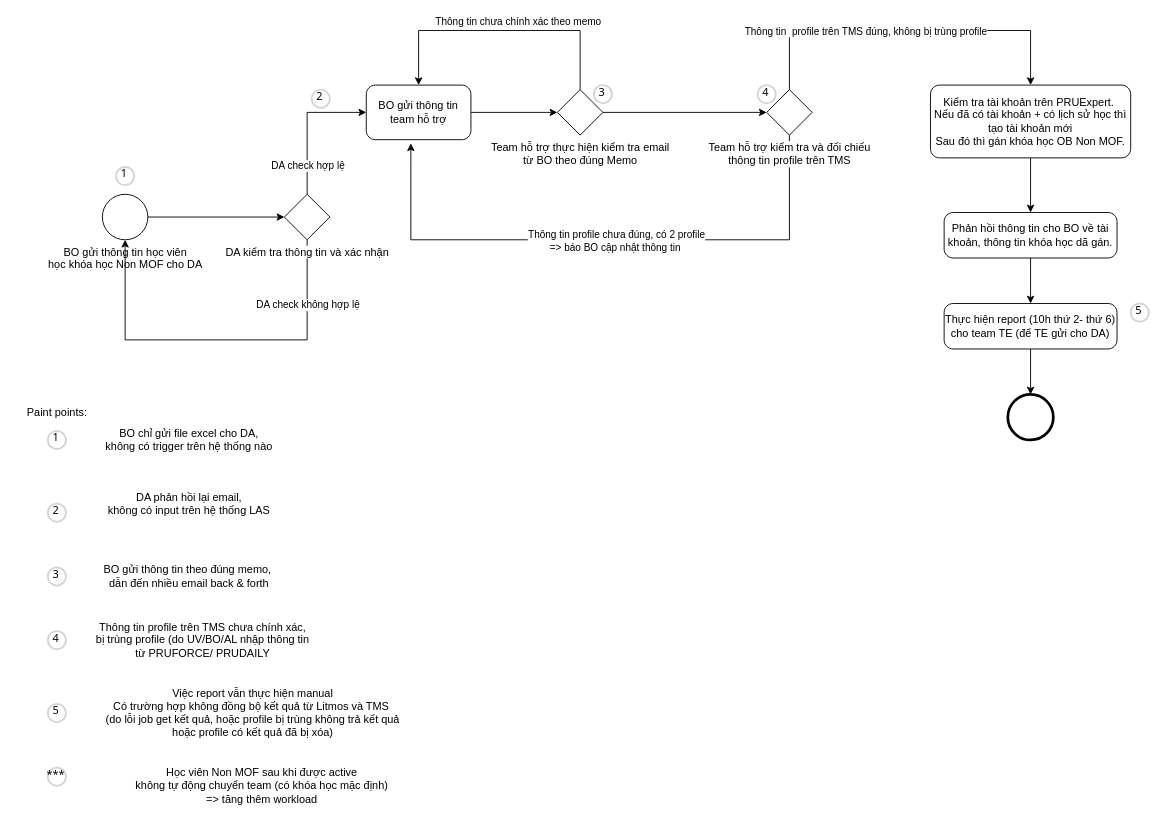
thanhluandhsp/litmos keeps this draw.io diagram as page "NoN MOF" (1 of 3) of Untitled Diagram.drawio. Above is the earlier version. Source tidied: cells renumbered, new cells numbered last; positions are measured from the earlier drawing's top-left corner, leaving out a move shared by most shapes. Both pictures are drawn from the tidied source at 91%, with x=0, y=0 at pixel (15, 30).
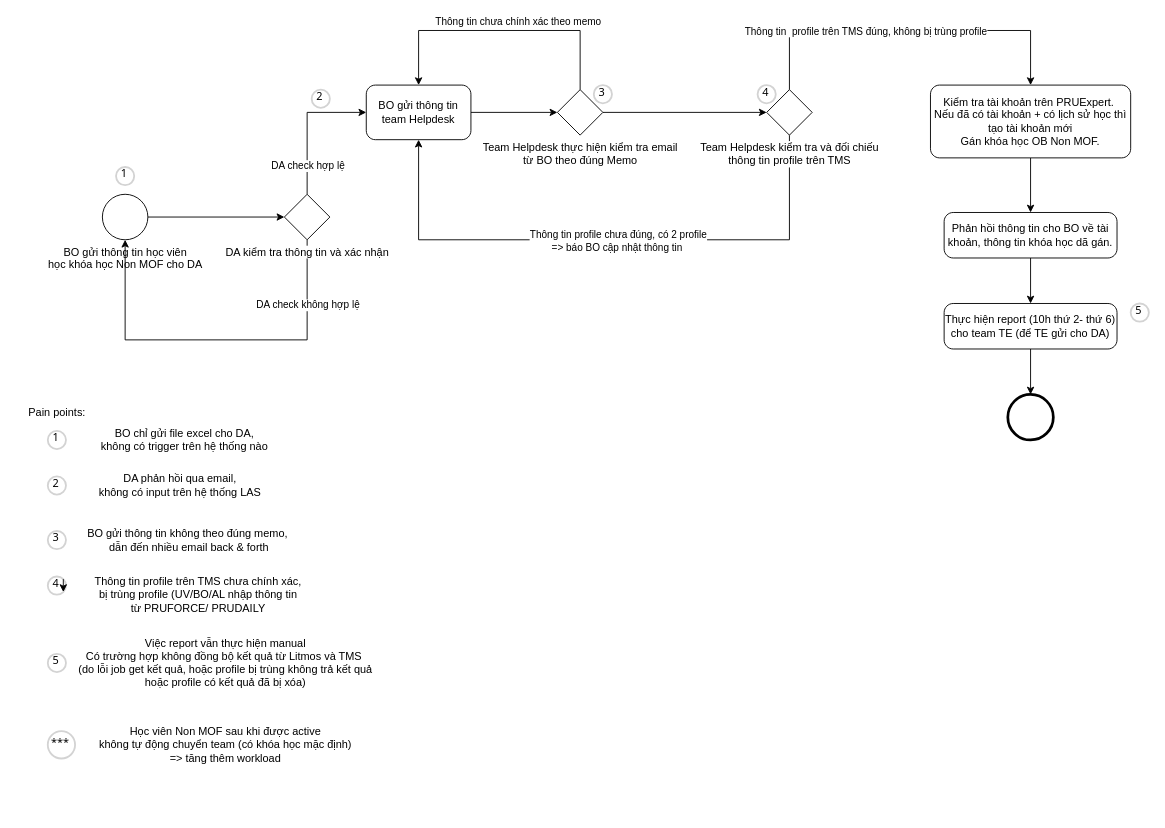
After the change.

The edit, as a diff of the source:
```diff
@@
-    <mxCell id="10" value="BO gửi thông tin team hỗ trợ" style="points=[[0.25,0,0],[0.5,0,0],[0.75,0,0],[1,0.25,0],[1,0.5,0],[1,0.75,0],[0.75,1,0],[0.5,1,0],[0.25,1,0],[0,0.75,0],[0,0.5,0],[0,0.25,0]];shape=mxgraph.bpmn.task;whiteSpace=wrap;rectStyle=rounded;size=10;html=1;taskMarker=abstract;" parent="1" vertex="1">
+    <mxCell id="10" value="BO gửi thông tin team Helpdesk" style="points=[[0.25,0,0],[0.5,0,0],[0.75,0,0],[1,0.25,0],[1,0.5,0],[1,0.75,0],[0.75,1,0],[0.5,1,0],[0.25,1,0],[0,0.75,0],[0,0.5,0],[0,0.25,0]];shape=mxgraph.bpmn.task;whiteSpace=wrap;rectStyle=rounded;size=10;html=1;taskMarker=abstract;" parent="1" vertex="1">
       <mxGeometry x="385" y="60" width="115" height="60" as="geometry" />
     </mxCell>
@@
-    <mxCell id="12" value="Kiểm tra tài khoản trên PRUExpert.&amp;nbsp;&lt;br&gt;Nếu đã có tài khoản + có lịch sử học thì tạo tài khoản mới&lt;br&gt;Sau đó thì gán khóa học OB Non MOF." style="points=[[0.25,0,0],[0.5,0,0],[0.75,0,0],[1,0.25,0],[1,0.5,0],[1,0.75,0],[0.75,1,0],[0.5,1,0],[0.25,1,0],[0,0.75,0],[0,0.5,0],[0,0.25,0]];shape=mxgraph.bpmn.task;whiteSpace=wrap;rectStyle=rounded;size=10;html=1;taskMarker=abstract;" parent="1" vertex="1">
+    <mxCell id="12" value="Kiểm tra tài khoản trên PRUExpert.&amp;nbsp;&lt;br&gt;Nếu đã có tài khoản + có lịch sử học thì tạo tài khoản mới&lt;br&gt;Gán khóa học OB Non MOF." style="points=[[0.25,0,0],[0.5,0,0],[0.75,0,0],[1,0.25,0],[1,0.5,0],[1,0.75,0],[0.75,1,0],[0.5,1,0],[0.25,1,0],[0,0.75,0],[0,0.5,0],[0,0.25,0]];shape=mxgraph.bpmn.task;whiteSpace=wrap;rectStyle=rounded;size=10;html=1;taskMarker=abstract;" parent="1" vertex="1">
       <mxGeometry x="1005" y="60" width="220" height="80" as="geometry" />
     </mxCell>
@@
-    <mxCell id="16" value="Team hỗ trợ thực hiện kiểm tra email &lt;br&gt;từ BO theo đúng Memo" style="points=[[0.25,0.25,0],[0.5,0,0],[0.75,0.25,0],[1,0.5,0],[0.75,0.75,0],[0.5,1,0],[0.25,0.75,0],[0,0.5,0]];shape=mxgraph.bpmn.gateway2;html=1;verticalLabelPosition=bottom;labelBackgroundColor=#ffffff;verticalAlign=top;align=center;perimeter=rhombusPerimeter;outlineConnect=0;outline=none;symbol=none;" parent="1" vertex="1">
+    <mxCell id="16" value="Team Helpdesk thực hiện kiểm tra email &lt;br&gt;từ BO theo đúng Memo" style="points=[[0.25,0.25,0],[0.5,0,0],[0.75,0.25,0],[1,0.5,0],[0.75,0.75,0],[0.5,1,0],[0.25,0.75,0],[0,0.5,0]];shape=mxgraph.bpmn.gateway2;html=1;verticalLabelPosition=bottom;labelBackgroundColor=#ffffff;verticalAlign=top;align=center;perimeter=rhombusPerimeter;outlineConnect=0;outline=none;symbol=none;" parent="1" vertex="1">
       <mxGeometry x="595" y="65" width="50" height="50" as="geometry" />
     </mxCell>
-    <mxCell id="17" style="edgeStyle=orthogonalEdgeStyle;rounded=0;jettySize=auto;html=1;entryX=0.426;entryY=1.067;entryDx=0;entryDy=0;entryPerimeter=0;" parent="1" edge="1" source="21" target="10">
+    <mxCell id="17" style="edgeStyle=orthogonalEdgeStyle;rounded=0;jettySize=auto;html=1;entryX=0.5;entryY=1;entryDx=0;entryDy=0;entryPerimeter=0;" parent="1" edge="1" source="21" target="10">
       <mxGeometry relative="1" as="geometry">
         <Array as="points">
           <mxPoint x="850" y="230" />
-          <mxPoint x="434" y="230" />
+          <mxPoint x="443" y="230" />
         </Array>
       </mxGeometry>
     </mxCell>
@@
-    <mxCell id="21" value="Team hỗ trợ kiểm tra và đối chiếu &lt;br&gt;thông tin profile trên TMS" style="points=[[0.25,0.25,0],[0.5,0,0],[0.75,0.25,0],[1,0.5,0],[0.75,0.75,0],[0.5,1,0],[0.25,0.75,0],[0,0.5,0]];shape=mxgraph.bpmn.gateway2;html=1;verticalLabelPosition=bottom;labelBackgroundColor=#ffffff;verticalAlign=top;align=center;perimeter=rhombusPerimeter;outlineConnect=0;outline=none;symbol=none;" parent="1" vertex="1">
+    <mxCell id="21" value="Team Helpdesk kiểm tra và đối chiếu &lt;br&gt;thông tin profile trên TMS" style="points=[[0.25,0.25,0],[0.5,0,0],[0.75,0.25,0],[1,0.5,0],[0.75,0.75,0],[0.5,1,0],[0.25,0.75,0],[0,0.5,0]];shape=mxgraph.bpmn.gateway2;html=1;verticalLabelPosition=bottom;labelBackgroundColor=#ffffff;verticalAlign=top;align=center;perimeter=rhombusPerimeter;outlineConnect=0;outline=none;symbol=none;" parent="1" vertex="1">
       <mxGeometry x="825" y="65" width="50" height="50" as="geometry" />
     </mxCell>
@@
-    <mxCell id="26" value="Paint points:" style="text;html=1;align=center;verticalAlign=middle;strokeColor=none;fillColor=none;" parent="1" vertex="1">
+    <mxCell id="26" value="Pain points:" style="text;html=1;align=center;verticalAlign=middle;strokeColor=none;fillColor=none;" parent="1" vertex="1">
       <mxGeometry y="405" width="90" height="30" as="geometry" />
     </mxCell>
@@
     <mxCell id="28" value="BO chỉ gửi file excel cho DA, &lt;br&gt;không có trigger trên hệ thống nào" style="text;html=1;align=center;verticalAlign=middle;strokeColor=none;fillColor=none;" parent="1" vertex="1">
-      <mxGeometry x="85" y="430" width="210" height="40" as="geometry" />
+      <mxGeometry x="80" y="430" width="210" height="40" as="geometry" />
     </mxCell>
@@
     <mxCell id="30" value="2" style="ellipse;whiteSpace=wrap;html=1;strokeWidth=2;fontFamily=Tahoma;spacingBottom=4;spacingRight=2;strokeColor=#d3d3d3;" parent="1" vertex="1">
-      <mxGeometry x="35" y="520" width="20" height="20" as="geometry" />
+      <mxGeometry x="35" y="490" width="20" height="20" as="geometry" />
     </mxCell>
-    <mxCell id="31" value="DA phản hồi lại email, &lt;br&gt;không có input trên hệ thống LAS&lt;br&gt;" style="text;html=1;align=center;verticalAlign=middle;strokeColor=none;fillColor=none;" parent="1" vertex="1">
-      <mxGeometry x="90" y="500" width="200" height="40" as="geometry" />
+    <mxCell id="31" value="DA phản hồi qua email, &lt;br&gt;không có input trên hệ thống LAS" style="text;html=1;align=center;verticalAlign=middle;strokeColor=none;fillColor=none;" parent="1" vertex="1">
+      <mxGeometry x="80" y="480" width="200" height="40" as="geometry" />
     </mxCell>
@@
     <mxCell id="34" value="3" style="ellipse;whiteSpace=wrap;html=1;strokeWidth=2;fontFamily=Tahoma;spacingBottom=4;spacingRight=2;strokeColor=#d3d3d3;" parent="1" vertex="1">
-      <mxGeometry x="35" y="590" width="20" height="20" as="geometry" />
+      <mxGeometry x="35" y="550" width="20" height="20" as="geometry" />
     </mxCell>
-    <mxCell id="35" value="BO gửi thông tin theo đúng memo,&amp;nbsp;&lt;br&gt;dẫn đến nhiều email back &amp;amp; forth" style="text;html=1;align=center;verticalAlign=middle;strokeColor=none;fillColor=none;" parent="1" vertex="1">
-      <mxGeometry x="85" y="580" width="210" height="40" as="geometry" />
+    <mxCell id="35" value="BO gửi thông tin không theo đúng memo,&amp;nbsp;&lt;br&gt;dẫn đến nhiều email back &amp;amp; forth" style="text;html=1;align=center;verticalAlign=middle;strokeColor=none;fillColor=none;" parent="1" vertex="1">
+      <mxGeometry x="65" y="540" width="250" height="40" as="geometry" />
     </mxCell>
     <mxCell id="36" value="4" style="ellipse;whiteSpace=wrap;html=1;strokeWidth=2;fontFamily=Tahoma;spacingBottom=4;spacingRight=2;strokeColor=#d3d3d3;" parent="1" vertex="1">
-      <mxGeometry x="35" y="660" width="20" height="20" as="geometry" />
+      <mxGeometry x="35" y="600" width="20" height="20" as="geometry" />
     </mxCell>
-    <mxCell id="37" value="Thông tin profile trên TMS chưa chính xác, &lt;br&gt;bị trùng profile (do UV/BO/AL nhập thông tin &lt;br&gt;từ PRUFORCE/ PRUDAILY" style="text;html=1;align=center;verticalAlign=middle;strokeColor=none;fillColor=none;" parent="1" vertex="1">
-      <mxGeometry x="75" y="640" width="260" height="60" as="geometry" />
+    <mxCell id="37" value="Thông tin profile trên TMS chưa chính xác, &lt;br&gt;bị trùng profile (UV/BO/AL nhập thông tin &lt;br&gt;từ PRUFORCE/ PRUDAILY" style="text;html=1;align=center;verticalAlign=middle;strokeColor=none;fillColor=none;" parent="1" vertex="1">
+      <mxGeometry x="75" y="590" width="250" height="60" as="geometry" />
     </mxCell>
@@
     <mxCell id="41" value="5" style="ellipse;whiteSpace=wrap;html=1;strokeWidth=2;fontFamily=Tahoma;spacingBottom=4;spacingRight=2;strokeColor=#d3d3d3;" parent="1" vertex="1">
-      <mxGeometry x="35" y="740" width="20" height="20" as="geometry" />
+      <mxGeometry x="35" y="685" width="20" height="20" as="geometry" />
     </mxCell>
     <mxCell id="42" value="Việc report vẫn thực hiện manual&lt;br&gt;Có trường hợp không đồng bộ kết quả từ Litmos và TMS&amp;nbsp;&lt;br&gt;(do lỗi job get kết quả, hoặc profile bị trùng không trả kết quả &lt;br&gt;hoặc profile có kết quả đã bị xóa)" style="text;html=1;align=center;verticalAlign=middle;strokeColor=none;fillColor=none;" parent="1" vertex="1">
-      <mxGeometry x="85" y="715" width="350" height="70" as="geometry" />
+      <mxGeometry x="55" y="660" width="350" height="70" as="geometry" />
     </mxCell>
     <mxCell id="43" value="***" style="ellipse;whiteSpace=wrap;html=1;strokeWidth=2;fontFamily=Tahoma;spacingBottom=4;spacingRight=2;strokeColor=#d3d3d3;" parent="1" vertex="1">
-      <mxGeometry x="35" y="810" width="20" height="20" as="geometry" />
+      <mxGeometry x="35" y="770" width="30" height="30" as="geometry" />
     </mxCell>
     <mxCell id="44" value="Học viên Non MOF sau khi được active &lt;br&gt;không tự động chuyển team (có khóa học mặc định)&lt;br&gt;=&amp;gt; tăng thêm workload" style="text;html=1;align=center;verticalAlign=middle;strokeColor=none;fillColor=none;" parent="1" vertex="1">
-      <mxGeometry x="120" y="800" width="300" height="60" as="geometry" />
+      <mxGeometry x="80" y="755" width="300" height="60" as="geometry" />
     </mxCell>
+    <mxCell id="45" style="edgeStyle=orthogonalEdgeStyle;rounded=0;orthogonalLoop=1;jettySize=auto;html=1;exitX=1;exitY=0;exitDx=0;exitDy=0;entryX=1;entryY=1;entryDx=0;entryDy=0;" parent="1" edge="1" source="36" target="36">
+      <mxGeometry relative="1" as="geometry" />
+    </mxCell>
```
